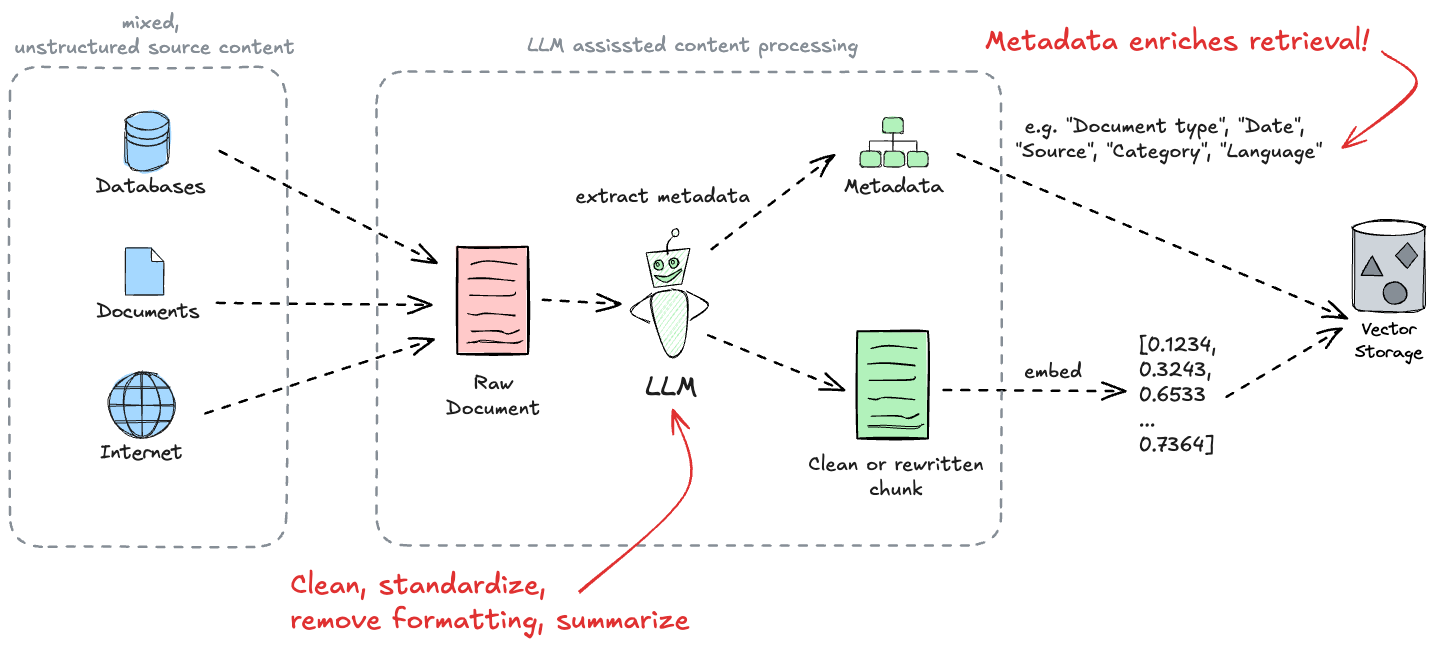
The Excalidraw diagram dotnetday-zurich-2025/graphics/content-processing.excalidraw.png in filipw/filipw.github.io, before a commit. Source tidied: one line per element, renumbered; positions are measured from the earlier drawing's top-left corner, leaving out a move shared by most shapes.
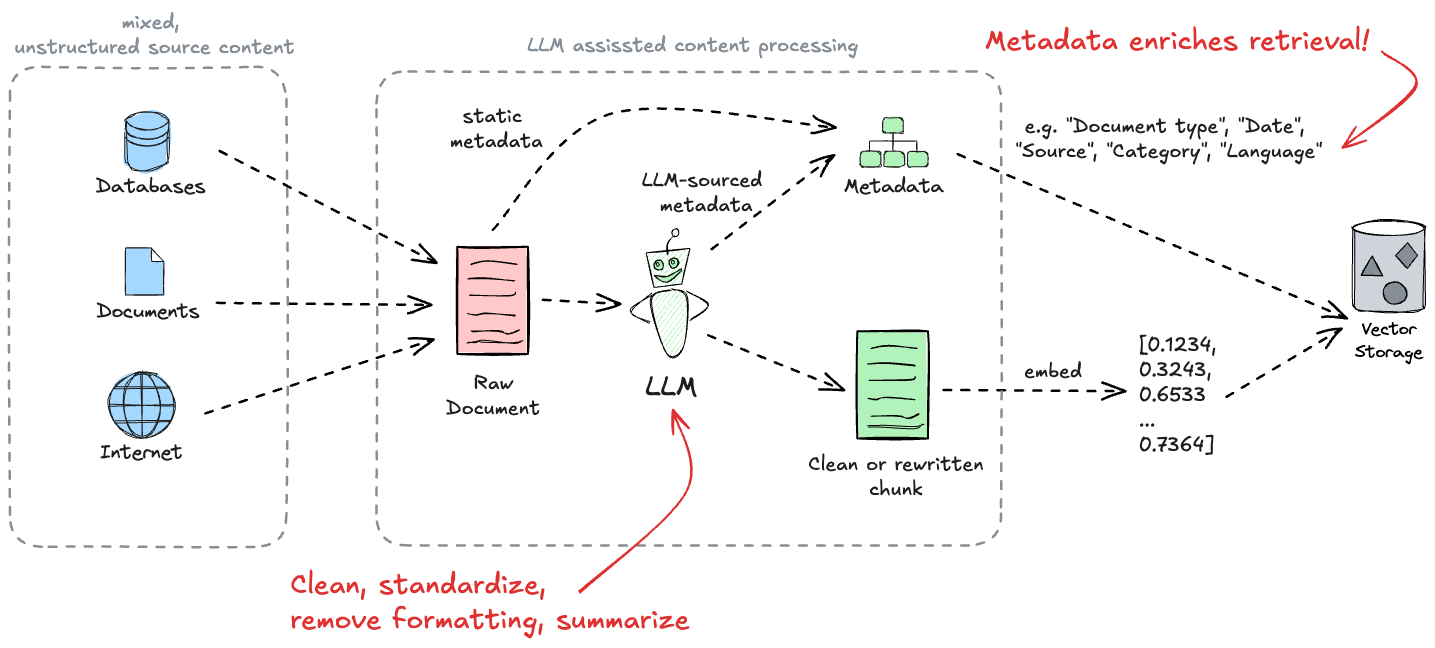
The same file after the commit.

Diff of the diagram source:
```diff
@@ -38,7 +38,7 @@
 {"id": 37, "type": "line", "strokeColor": "#000000", "backgroundColor": "#868e96", "fillStyle": "solid", "strokeWidth": 1, "roughness": 1, "x": 1362, "y": 246, "width": 22, "height": 20, "points": [[0, 0], [10, 20], [-11, 19], [0, 0]]}
 {"id": 38, "type": "text", "text": "Vector\nStorage", "strokeColor": "#000000", "strokeWidth": 1, "roughness": 1, "fontSize": 17.52, "fontFamily": 1, "textAlign": "center", "x": 1345, "y": 307, "width": 68, "height": 47}
 {"id": 39, "type": "text", "text": "LLM assissted content processing", "strokeColor": "#868e96", "backgroundColor": "#b2f2bb", "fillStyle": "solid", "strokeWidth": 2, "roughness": 1, "fontSize": 20, "fontFamily": 5, "textAlign": "center", "x": 518, "y": 23, "width": 331, "height": 25}
-{"id": 40, "type": "text", "text": "extract metadata", "strokeColor": "#1e1e1e", "backgroundColor": "#b2f2bb", "fillStyle": "solid", "strokeWidth": 2, "roughness": 1, "fontSize": 20, "fontFamily": 5, "textAlign": "center", "x": 565, "y": 174, "width": 174, "height": 25}
+{"id": 40, "type": "text", "text": "LLM-sourced \nmetadata", "strokeColor": "#1e1e1e", "backgroundColor": "#b2f2bb", "fillStyle": "solid", "strokeWidth": 2, "roughness": 1, "fontSize": 20, "fontFamily": 5, "textAlign": "center", "x": 632, "y": 158, "width": 128, "height": 50}
 {"id": 41, "type": "text", "text": "[0.1234,\n0.3243,\n0.6533\n...\n0.7364]", "strokeColor": "#1e1e1e", "strokeWidth": 2, "roughness": 1, "fontSize": 20, "fontFamily": 5, "x": 1129, "y": 324, "width": 78, "height": 125}
 {"id": 42, "type": "arrow", "strokeColor": "#000000", "strokeWidth": 2, "strokeStyle": "dashed", "roughness": 1, "endArrowhead": "arrow", "round": true, "to": 17, "x": 701, "y": 240, "width": 124, "height": 94, "points": [[0, 0], [124, -94]]}
 {"id": 43, "type": "arrow", "strokeColor": "#000000", "strokeWidth": 2, "strokeStyle": "dashed", "roughness": 1, "endArrowhead": "arrow", "round": true, "from": 25, "to": 41, "x": 933, "y": 381, "width": 183, "height": 1, "points": [[0, 0], [183, 1]]}
@@ -78,3 +78,5 @@
 {"id": 77, "type": "text", "text": "Clean, standardize, \nremove formatting, summarize", "strokeColor": "#e03131", "backgroundColor": "#a5d8ff", "fillStyle": "solid", "strokeWidth": 1, "roughness": 1, "fontSize": 28, "fontFamily": 5, "x": 280, "y": 559, "width": 400, "height": 70}
 {"id": 78, "type": "arrow", "strokeColor": "#e03131", "backgroundColor": "#ffec99", "fillStyle": "solid", "strokeWidth": 2, "roughness": 1, "endArrowhead": "arrow", "round": true, "from": 77, "x": 569, "y": 583, "width": 107, "height": 182, "points": [[0, 0], [107, -101], [93, -182]]}
 {"id": 79, "type": "text", "text": "LLM", "strokeColor": "#1e1e1e", "backgroundColor": "#b2f2bb", "fillStyle": "solid", "strokeWidth": 2, "roughness": 1, "fontSize": 28, "fontFamily": 5, "textAlign": "center", "x": 636, "y": 360, "width": 52, "height": 35}
+{"id": 80, "type": "arrow", "strokeColor": "#000000", "strokeWidth": 2, "strokeStyle": "dashed", "roughness": 1, "endArrowhead": "arrow", "round": true, "from": 68, "to": 17, "x": 483, "y": 221, "width": 343, "height": 117, "points": [[0, 0], [116, -117], [343, -103]]}
+{"id": 81, "type": "text", "text": "static \nmetadata", "strokeColor": "#1e1e1e", "backgroundColor": "#b2f2bb", "fillStyle": "solid", "strokeWidth": 2, "roughness": 1, "fontSize": 20, "fontFamily": 5, "textAlign": "center", "x": 440, "y": 94, "width": 93, "height": 50}
```
